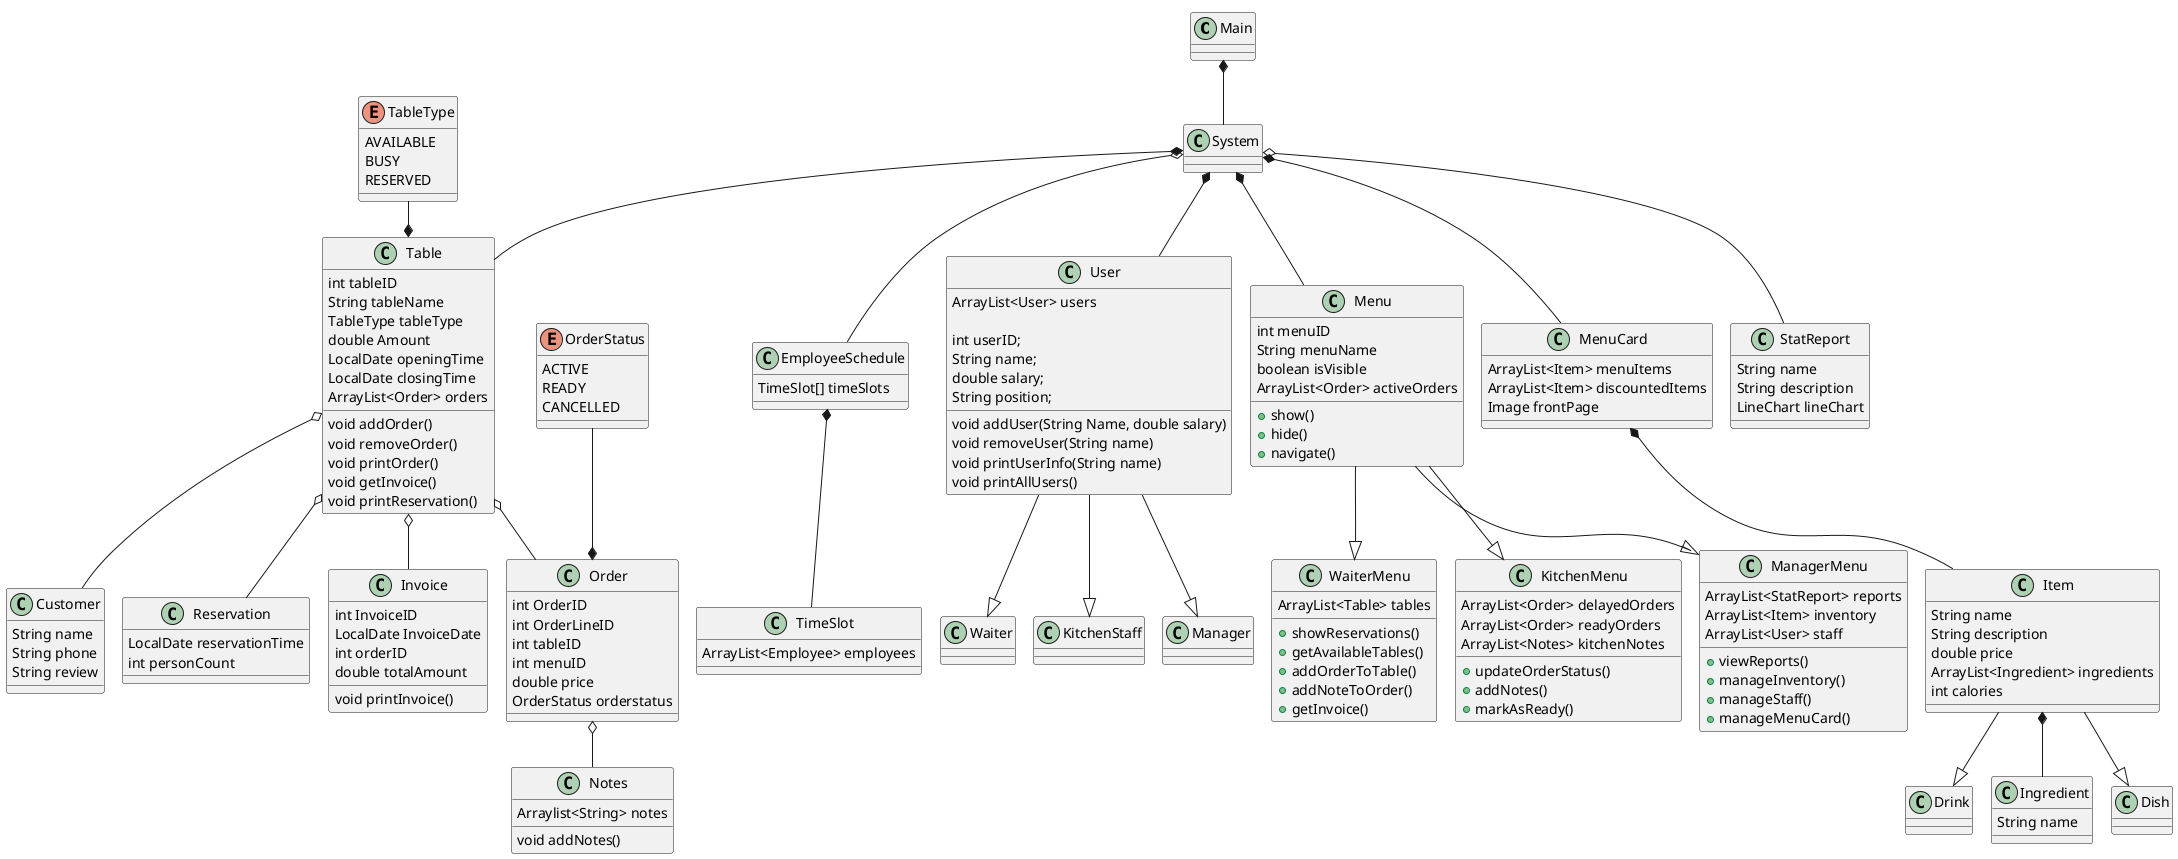
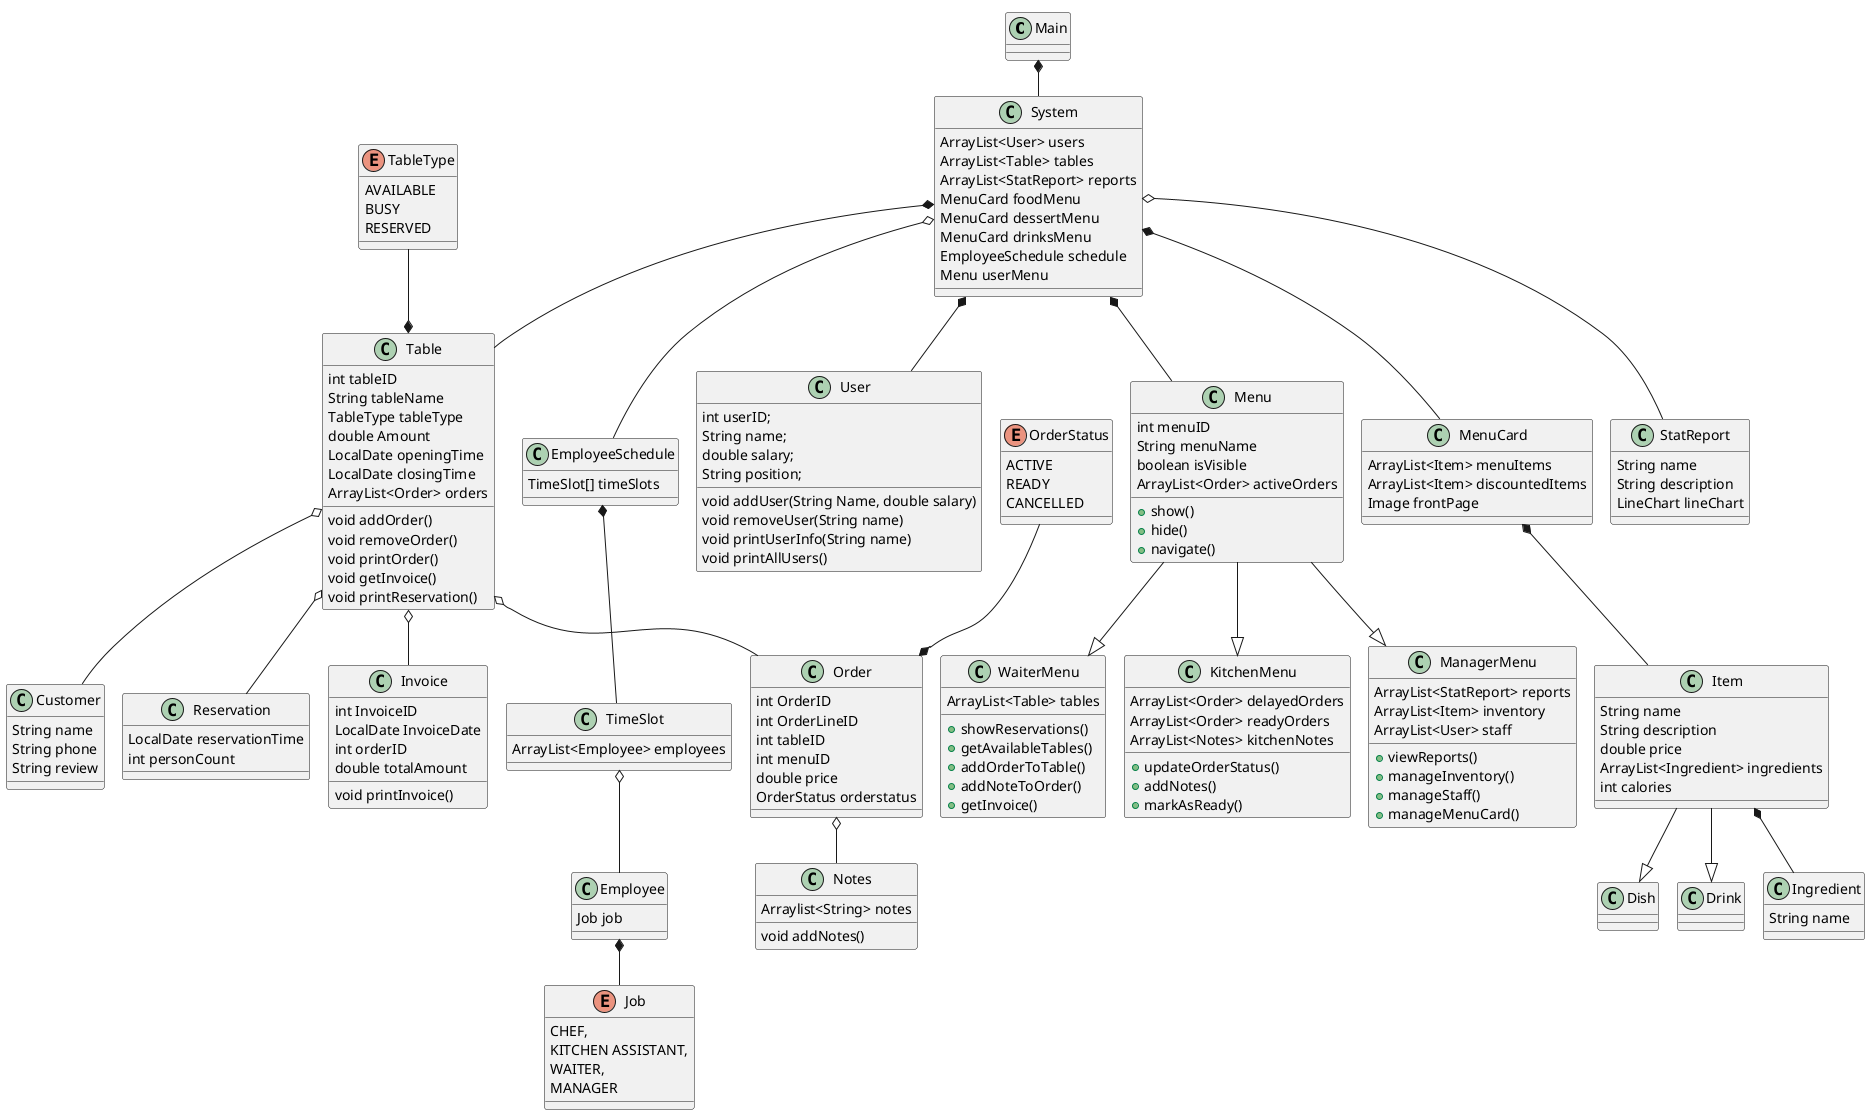
@startuml
!pragma layout smetana

' Del 1
class Main {

}
class System {
+ ArrayList<User> users
+ ArrayList<Table> tables
+ ArrayList<StatReport> reports
+ MenuCard foodMenu
+ MenuCard dessertMenu
+ MenuCard drinksMenu
+ EmployeeSchedule schedule
+ Menu userMenu

}
class User {
- ArrayList<User> users
- 
int userID;
String name;
double salary;
String position;

void addUser(String Name, double salary)
void removeUser(String name)
void printUserInfo(String name)
void printAllUsers()
- 
- 
- 
- }
- class KitchenStaff
- class Manager
- class Waiter {
- 



}

' Del 2
class Menu{
    int menuID
    String menuName
    boolean isVisible
    ArrayList<Order> activeOrders
    + show()
    + hide()
    + navigate()
}

class KitchenMenu{
    ArrayList<Order> delayedOrders
    ArrayList<Order> readyOrders
    ArrayList<Notes> kitchenNotes
    + updateOrderStatus()
    + addNotes()
    + markAsReady()
}

class ManagerMenu {
    ArrayList<StatReport> reports
    ArrayList<Item> inventory
    ArrayList<User> staff
    + viewReports()
    + manageInventory()
    + manageStaff()
    + manageMenuCard()
}
class WaiterMenu {
    ArrayList<Table> tables
    + showReservations()
    + getAvailableTables()
    + addOrderToTable()
    + addNoteToOrder()
    + getInvoice()

}

' Del 3
class Table {
    int tableID
    String tableName
    TableType tableType
    double Amount
    LocalDate openingTime
    LocalDate closingTime
    ArrayList<Order> orders

    void addOrder()
    void removeOrder()
    void printOrder()
    void getInvoice()
    void printReservation()
}
enum TableType {
    AVAILABLE
    BUSY
    RESERVED
}
class Customer {
    String name
    String phone
    String review
}
class Reservation {
    LocalDate reservationTime
    int personCount
}

class Order {
    int OrderID
    int OrderLineID
    int tableID
    int menuID
    double price
    OrderStatus orderstatus

}

enum OrderStatus{
    ACTIVE
    READY
    CANCELLED
}

class Notes {
    Arraylist<String> notes
    void addNotes()
}
class Invoice {
    int InvoiceID
    LocalDate InvoiceDate
    int orderID
    double totalAmount
    void printInvoice()
}

' Del 4
class MenuCard {
    ArrayList<Item> menuItems
    ArrayList<Item> discountedItems
    Image frontPage
}
class Item {
    String name
    String description
    double price
    ArrayList<Ingredient> ingredients
    int calories
}
class Dish
class Drink
class Ingredient {
    String name
}
class StatReport {
    String name
    String description
    LineChart lineChart
}
class EmployeeSchedule {
    TimeSlot[] timeSlots
}

class TimeSlot {
    ArrayList<Employee> employees
}

+ class Employee {
+     Job job
+ }
+ 
+ enum Job {
+     CHEF,
+     KITCHEN ASSISTANT,
+     WAITER,
+     MANAGER
+ }
Main *-- System
System *-- User
- User --|> KitchenStaff
- User --|> Manager
- User --|> Waiter
System *-- Menu
Menu --|> KitchenMenu
Menu --|> ManagerMenu
Menu --|> WaiterMenu
System *-- MenuCard
System *-- Table
TableType --* Table
Table o-- Order
Order o-- Notes
OrderStatus --* Order
Table o-- Customer
Table o-- Invoice
Table o-- Reservation
System o-- StatReport
System o-- EmployeeSchedule
EmployeeSchedule *-- TimeSlot
+ TimeSlot o-- Employee
+ Employee *-- Job
MenuCard *-- Item
Item --|> Dish
Item --|> Drink
Item *-- Ingredient

@enduml